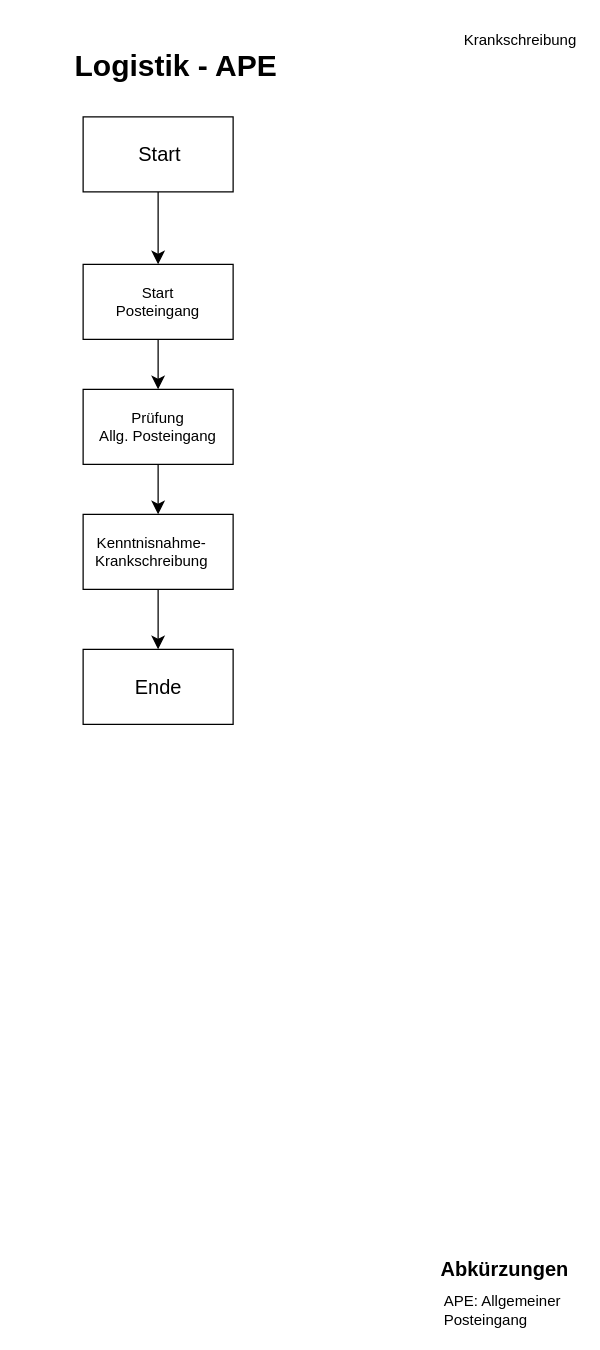
RobertWichtendahl/to-do-app keeps this draw.io diagram as page "APE" (1 of 5) of Unbenanntes Diagramm.drawio. Above is the earlier version. Source tidied: cells renumbered, new cells numbered last; positions are measured from the earlier drawing's top-left corner, leaving out a move shared by most shapes. Both pictures are drawn from the tidied source at 125%, with x=0, y=0 at pixel (69, 21).
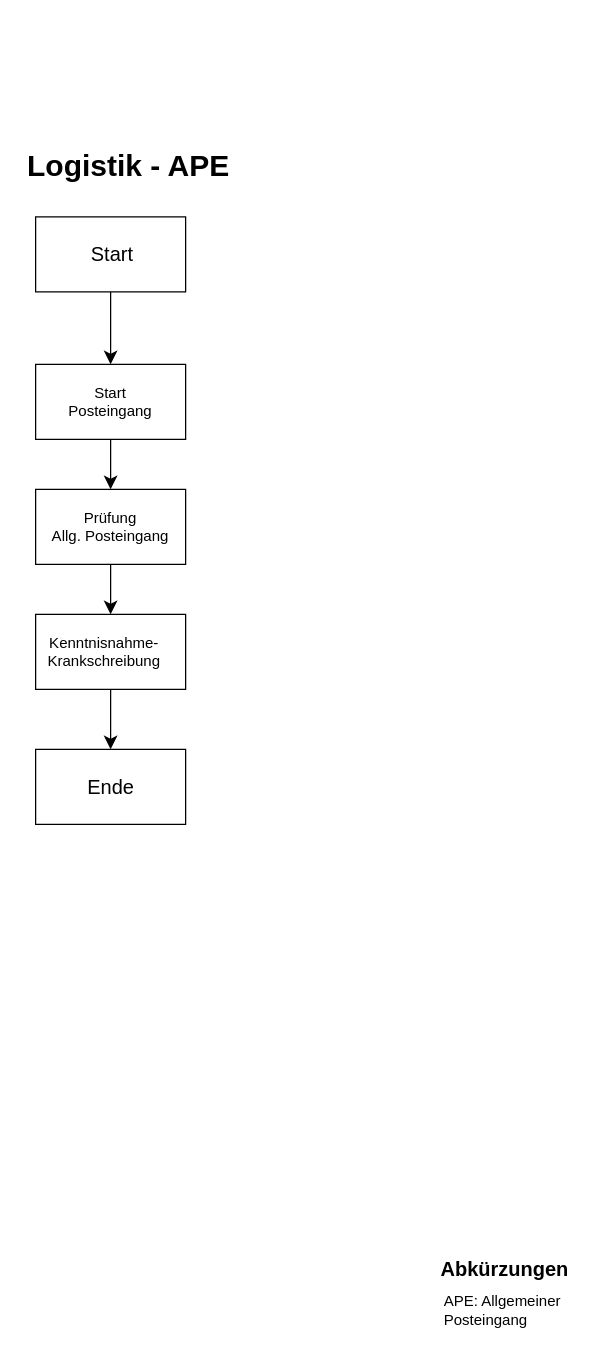
The same diagram, later.

What changed in the source:
```diff
@@
+    <mxCell id="3" value="&lt;font style=&quot;font-size: 16px;&quot;&gt;Abkürzungen&lt;/font&gt;" style="text;strokeColor=none;fillColor=none;html=1;fontSize=24;fontStyle=1;verticalAlign=middle;align=center;" parent="1" vertex="1">
+      <mxGeometry x="298" y="976" width="100" height="40" as="geometry" />
+    </mxCell>
+    <mxCell id="8" value="&lt;div align=&quot;left&quot;&gt;APE: Allgemeiner Posteingang&lt;/div&gt;" style="text;html=1;whiteSpace=wrap;strokeColor=none;fillColor=none;align=left;verticalAlign=middle;rounded=0;" parent="1" vertex="1">
+      <mxGeometry x="298" y="1016" width="110" height="30" as="geometry" />
+    </mxCell>
+    <mxCell id="20" style="group;" parent="1" vertex="1">
+      <mxGeometry x="-38" y="96" width="170" height="546" as="geometry" />
+    </mxCell>
-    <mxCell id="2" value="Logistik - APE" style="text;strokeColor=none;fillColor=none;html=1;fontSize=24;fontStyle=1;verticalAlign=middle;align=center;" parent="1" vertex="1">
-      <mxGeometry y="16" width="170" height="40" as="geometry" />
+    <mxCell id="2" value="Logistik - APE" style="text;strokeColor=none;fillColor=none;html=1;fontSize=24;fontStyle=1;verticalAlign=middle;align=center;" parent="20" vertex="1">
+      <mxGeometry width="170" height="40" as="geometry" />
     </mxCell>
-    <mxCell id="3" value="&lt;font style=&quot;font-size: 16px;&quot;&gt;Abkürzungen&lt;/font&gt;" style="text;strokeColor=none;fillColor=none;html=1;fontSize=24;fontStyle=1;verticalAlign=middle;align=center;" parent="1" vertex="1">
-      <mxGeometry x="298" y="976" width="100" height="40" as="geometry" />
-    </mxCell>
-    <mxCell id="4" style="rounded=0;whiteSpace=wrap;html=1;" parent="1" vertex="1">
-      <mxGeometry x="11" y="76" width="120" height="60" as="geometry" />
+    <mxCell id="4" style="rounded=0;whiteSpace=wrap;html=1;" parent="20" vertex="1">
+      <mxGeometry x="11" y="60" width="120" height="60" as="geometry" />
     </mxCell>
-    <mxCell id="5" value="Start" style="text;strokeColor=none;fillColor=none;html=1;align=center;verticalAlign=middle;whiteSpace=wrap;rounded=0;fontSize=16;" parent="1" vertex="1">
-      <mxGeometry x="30" y="88.5" width="85" height="35" as="geometry" />
+    <mxCell id="5" value="Start" style="text;strokeColor=none;fillColor=none;html=1;align=center;verticalAlign=middle;whiteSpace=wrap;rounded=0;fontSize=16;" parent="20" vertex="1">
+      <mxGeometry x="30" y="72.5" width="85" height="35" as="geometry" />
     </mxCell>
-    <mxCell id="6" style="rounded=0;whiteSpace=wrap;html=1;" parent="1" vertex="1">
-      <mxGeometry x="11" y="194" width="120" height="60" as="geometry" />
+    <mxCell id="6" style="rounded=0;whiteSpace=wrap;html=1;" parent="20" vertex="1">
+      <mxGeometry x="11" y="178" width="120" height="60" as="geometry" />
     </mxCell>
-    <mxCell id="7" value="Start&lt;div&gt;Posteingang&lt;/div&gt;" style="text;html=1;whiteSpace=wrap;strokeColor=none;fillColor=none;align=center;verticalAlign=middle;rounded=0;" parent="1" vertex="1">
-      <mxGeometry x="41" y="209" width="60" height="30" as="geometry" />
+    <mxCell id="7" value="Start&lt;div&gt;Posteingang&lt;/div&gt;" style="text;html=1;whiteSpace=wrap;strokeColor=none;fillColor=none;align=center;verticalAlign=middle;rounded=0;" parent="20" vertex="1">
+      <mxGeometry x="41" y="193" width="60" height="30" as="geometry" />
     </mxCell>
-    <mxCell id="8" value="&lt;div align=&quot;left&quot;&gt;APE: Allgemeiner Posteingang&lt;/div&gt;" style="text;html=1;whiteSpace=wrap;strokeColor=none;fillColor=none;align=left;verticalAlign=middle;rounded=0;" parent="1" vertex="1">
-      <mxGeometry x="298" y="1016" width="110" height="30" as="geometry" />
-    </mxCell>
-    <mxCell id="9" style="rounded=0;whiteSpace=wrap;html=1;" parent="1" vertex="1">
-      <mxGeometry x="11" y="294" width="120" height="60" as="geometry" />
+    <mxCell id="9" style="rounded=0;whiteSpace=wrap;html=1;" parent="20" vertex="1">
+      <mxGeometry x="11" y="278" width="120" height="60" as="geometry" />
     </mxCell>
-    <mxCell id="10" value="Prüfung&lt;div&gt;Allg. Posteingang&lt;/div&gt;" style="text;html=1;whiteSpace=wrap;strokeColor=none;fillColor=none;align=center;verticalAlign=middle;rounded=0;" parent="1" vertex="1">
-      <mxGeometry x="16" y="309" width="110" height="30" as="geometry" />
+    <mxCell id="10" value="Prüfung&lt;div&gt;Allg. Posteingang&lt;/div&gt;" style="text;html=1;whiteSpace=wrap;strokeColor=none;fillColor=none;align=center;verticalAlign=middle;rounded=0;" parent="20" vertex="1">
+      <mxGeometry x="16" y="293" width="110" height="30" as="geometry" />
     </mxCell>
-    <mxCell id="11" style="rounded=0;whiteSpace=wrap;html=1;" parent="1" vertex="1">
-      <mxGeometry x="11" y="394" width="120" height="60" as="geometry" />
+    <mxCell id="11" style="rounded=0;whiteSpace=wrap;html=1;" parent="20" vertex="1">
+      <mxGeometry x="11" y="378" width="120" height="60" as="geometry" />
     </mxCell>
-    <mxCell id="12" value="Kenntnisnahme-&lt;div&gt;Krankschreibung&lt;/div&gt;" style="text;html=1;whiteSpace=wrap;strokeColor=none;fillColor=none;align=center;verticalAlign=middle;rounded=0;" parent="1" vertex="1">
-      <mxGeometry x="36" y="409" width="60" height="30" as="geometry" />
+    <mxCell id="12" value="Kenntnisnahme-&lt;div&gt;Krankschreibung&lt;/div&gt;" style="text;html=1;whiteSpace=wrap;strokeColor=none;fillColor=none;align=center;verticalAlign=middle;rounded=0;" parent="20" vertex="1">
+      <mxGeometry x="36" y="393" width="60" height="30" as="geometry" />
     </mxCell>
-    <mxCell id="13" style="rounded=0;whiteSpace=wrap;html=1;" parent="1" vertex="1">
-      <mxGeometry x="11" y="502" width="120" height="60" as="geometry" />
+    <mxCell id="13" style="rounded=0;whiteSpace=wrap;html=1;" parent="20" vertex="1">
+      <mxGeometry x="11" y="486" width="120" height="60" as="geometry" />
     </mxCell>
-    <mxCell id="14" value="Ende" style="text;strokeColor=none;fillColor=none;html=1;align=center;verticalAlign=middle;whiteSpace=wrap;rounded=0;fontSize=16;" parent="1" vertex="1">
-      <mxGeometry x="30.5" y="512" width="81" height="40" as="geometry" />
+    <mxCell id="14" value="Ende" style="text;strokeColor=none;fillColor=none;html=1;align=center;verticalAlign=middle;whiteSpace=wrap;rounded=0;fontSize=16;" parent="20" vertex="1">
+      <mxGeometry x="30.5" y="496" width="81" height="40" as="geometry" />
     </mxCell>
-    <mxCell id="15" style="endArrow=classic;html=1;rounded=0;fontSize=12;startSize=8;endSize=8;curved=1;exitX=0.5;exitY=1;exitDx=0;exitDy=0;entryX=0.5;entryY=0;entryDx=0;entryDy=0;startArrow=none;startFill=0;endFill=1;" parent="1" edge="1" source="4" target="6">
+    <mxCell id="15" style="endArrow=classic;html=1;rounded=0;fontSize=12;startSize=8;endSize=8;curved=1;exitX=0.5;exitY=1;exitDx=0;exitDy=0;entryX=0.5;entryY=0;entryDx=0;entryDy=0;startArrow=none;startFill=0;endFill=1;" parent="20" edge="1" source="4" target="6">
       <mxGeometry relative="1" as="geometry" />
     </mxCell>
-    <mxCell id="16" style="endArrow=classic;html=1;rounded=0;fontSize=12;startSize=8;endSize=8;curved=1;exitX=0.5;exitY=1;exitDx=0;exitDy=0;endFill=1;" parent="1" edge="1" source="6">
+    <mxCell id="16" style="endArrow=classic;html=1;rounded=0;fontSize=12;startSize=8;endSize=8;curved=1;exitX=0.5;exitY=1;exitDx=0;exitDy=0;endFill=1;" parent="20" edge="1" source="6">
       <mxGeometry relative="1" as="geometry">
-        <mxPoint x="71" y="294" as="targetPoint" />
+        <mxPoint x="71" y="278" as="targetPoint" />
       </mxGeometry>
     </mxCell>
-    <mxCell id="17" style="endArrow=none;html=1;rounded=0;fontSize=12;startSize=8;endSize=8;curved=1;entryX=0.5;entryY=1;entryDx=0;entryDy=0;exitX=0.5;exitY=0;exitDx=0;exitDy=0;endFill=0;startArrow=classic;startFill=1;" parent="1" edge="1" source="11" target="9">
+    <mxCell id="17" style="endArrow=none;html=1;rounded=0;fontSize=12;startSize=8;endSize=8;curved=1;entryX=0.5;entryY=1;entryDx=0;entryDy=0;exitX=0.5;exitY=0;exitDx=0;exitDy=0;endFill=0;startArrow=classic;startFill=1;" parent="20" edge="1" source="11" target="9">
       <mxGeometry relative="1" as="geometry" />
     </mxCell>
-    <mxCell id="18" style="endArrow=none;html=1;rounded=0;fontSize=12;startSize=8;endSize=8;curved=1;entryX=0.5;entryY=1;entryDx=0;entryDy=0;exitX=0.5;exitY=0;exitDx=0;exitDy=0;endFill=0;startArrow=classic;startFill=1;" parent="1" edge="1" source="13" target="11">
+    <mxCell id="18" style="endArrow=none;html=1;rounded=0;fontSize=12;startSize=8;endSize=8;curved=1;entryX=0.5;entryY=1;entryDx=0;entryDy=0;exitX=0.5;exitY=0;exitDx=0;exitDy=0;endFill=0;startArrow=classic;startFill=1;" parent="20" edge="1" source="13" target="11">
       <mxGeometry relative="1" as="geometry" />
     </mxCell>
-    <mxCell id="19" value="Krankschreibung" style="text;html=1;whiteSpace=wrap;strokeColor=none;fillColor=none;align=center;verticalAlign=middle;rounded=0;" parent="1" vertex="1">
-      <mxGeometry x="331" width="60" height="30" as="geometry" />
-    </mxCell>
```
